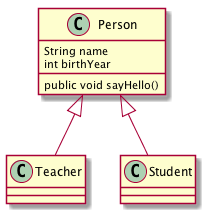
Above: assets/images/uml/oop/inherit.png in lyhcode/oosad (PlantUML), before the change. Source of this version:
```plantuml
@startuml
Class Person {
    String name
    int birthYear

    public void sayHello()
}

Person <|-- Teacher
Person <|-- Student
@enduml
```
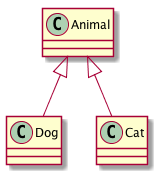
The same diagram one commit later.

The edit, as a diff of the source:
```diff
@@ -1,11 +1,4 @@
 @startuml
-Class Person {
-    String name
-    int birthYear
-
-    public void sayHello()
-}
-
-Person <|-- Teacher
-Person <|-- Student
+Animal <|-- Dog
+Animal <|-- Cat
 @enduml
```
